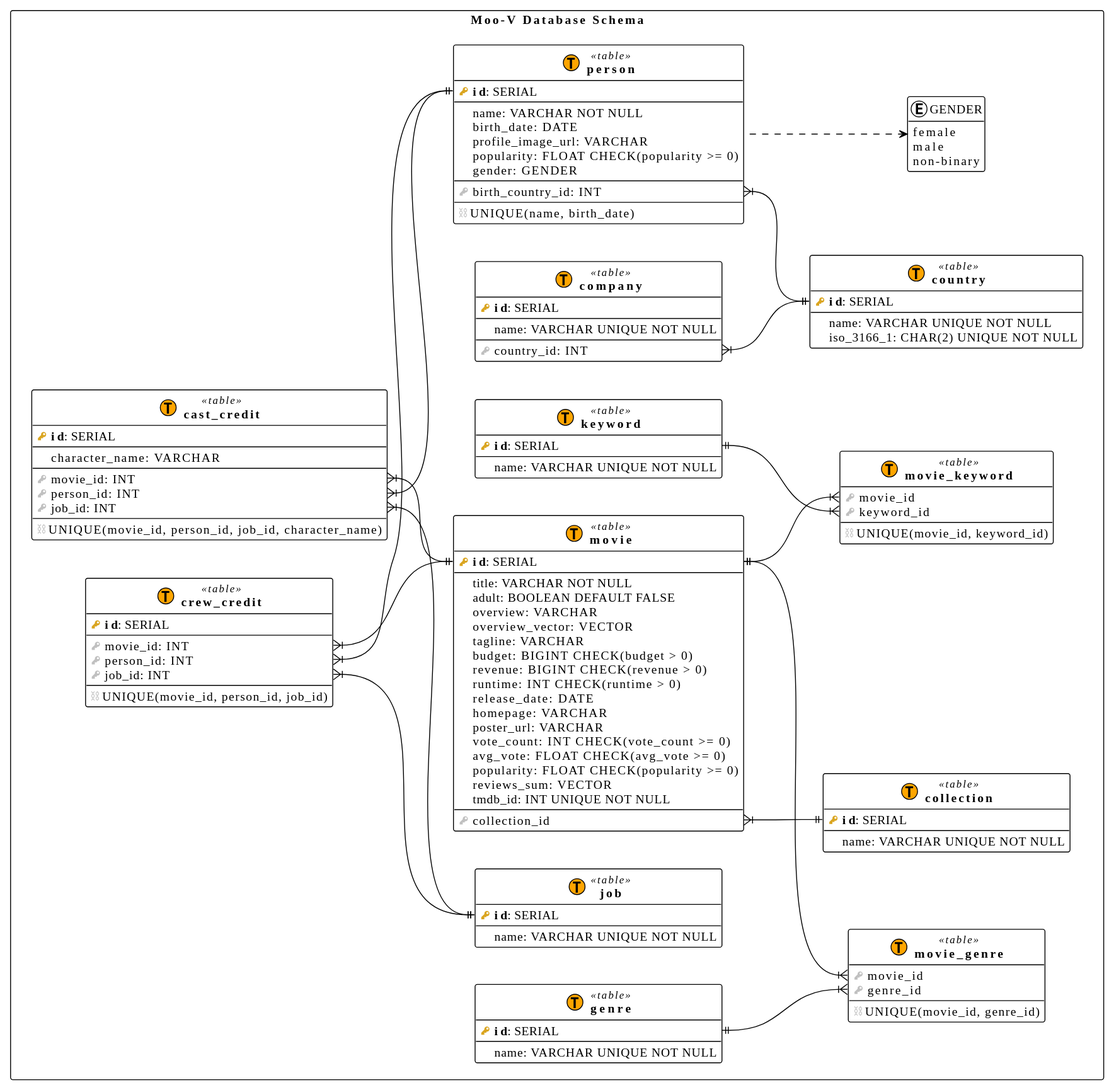
The PlantUML diagram schema/moo-v-db.svg in Moo-V-project/database, before a commit.
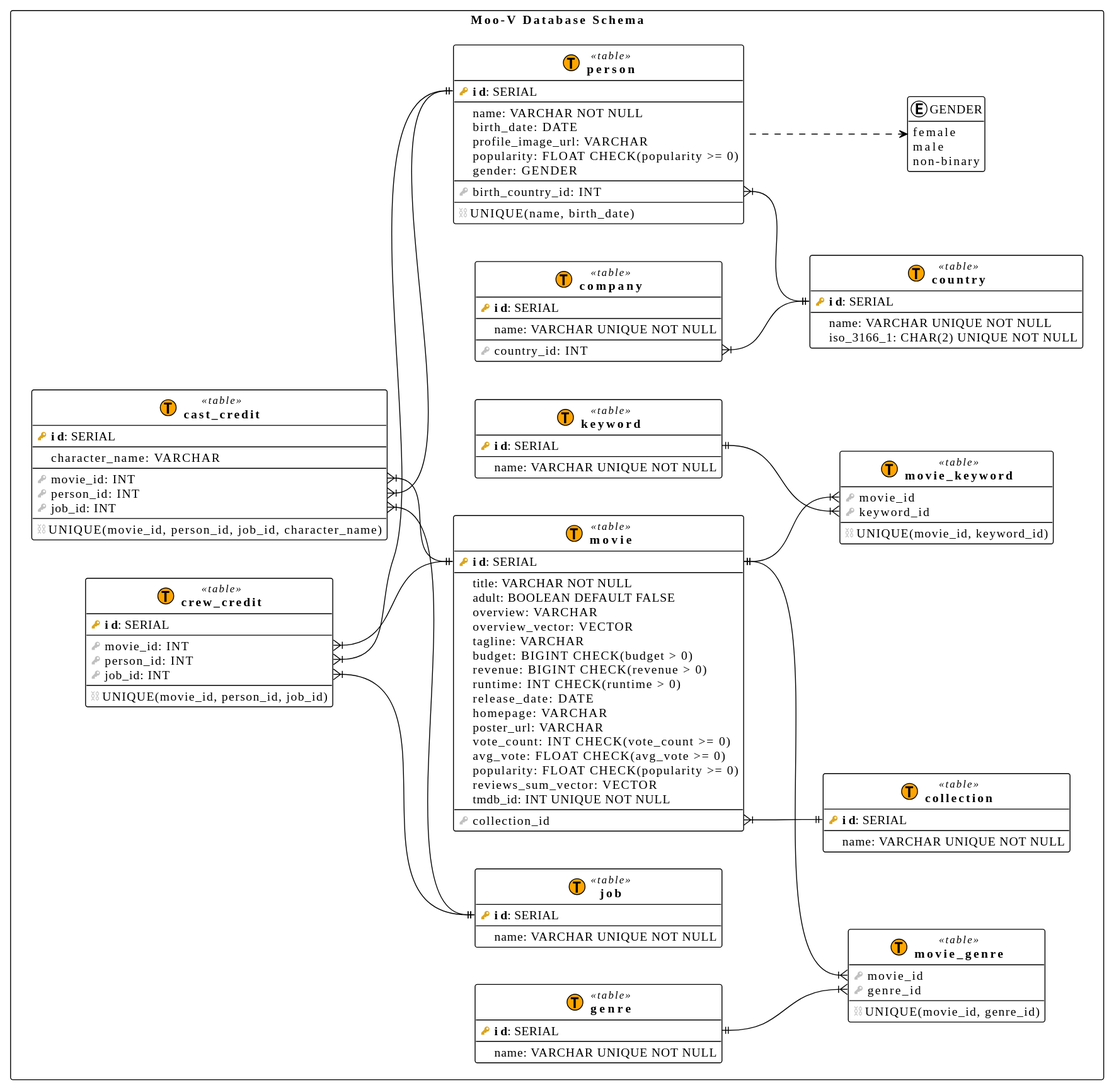
The same file after the commit.

What changed in the source:
```diff
@@ -61,7 +61,7 @@
 	$column(vote_count): INT CHECK(vote_count >= 0)
 	$column(avg_vote): FLOAT CHECK(avg_vote >= 0)
 	$column(popularity): FLOAT CHECK(popularity >= 0)
-	$column(reviews_sum): VECTOR
+	$column(reviews_sum_vector): VECTOR
 	$column(tmdb_id): INT UNIQUE NOT NULL	/' The Movie Database (TMDb) identifier '/
 	--
 	$fk(collection_id)
```
